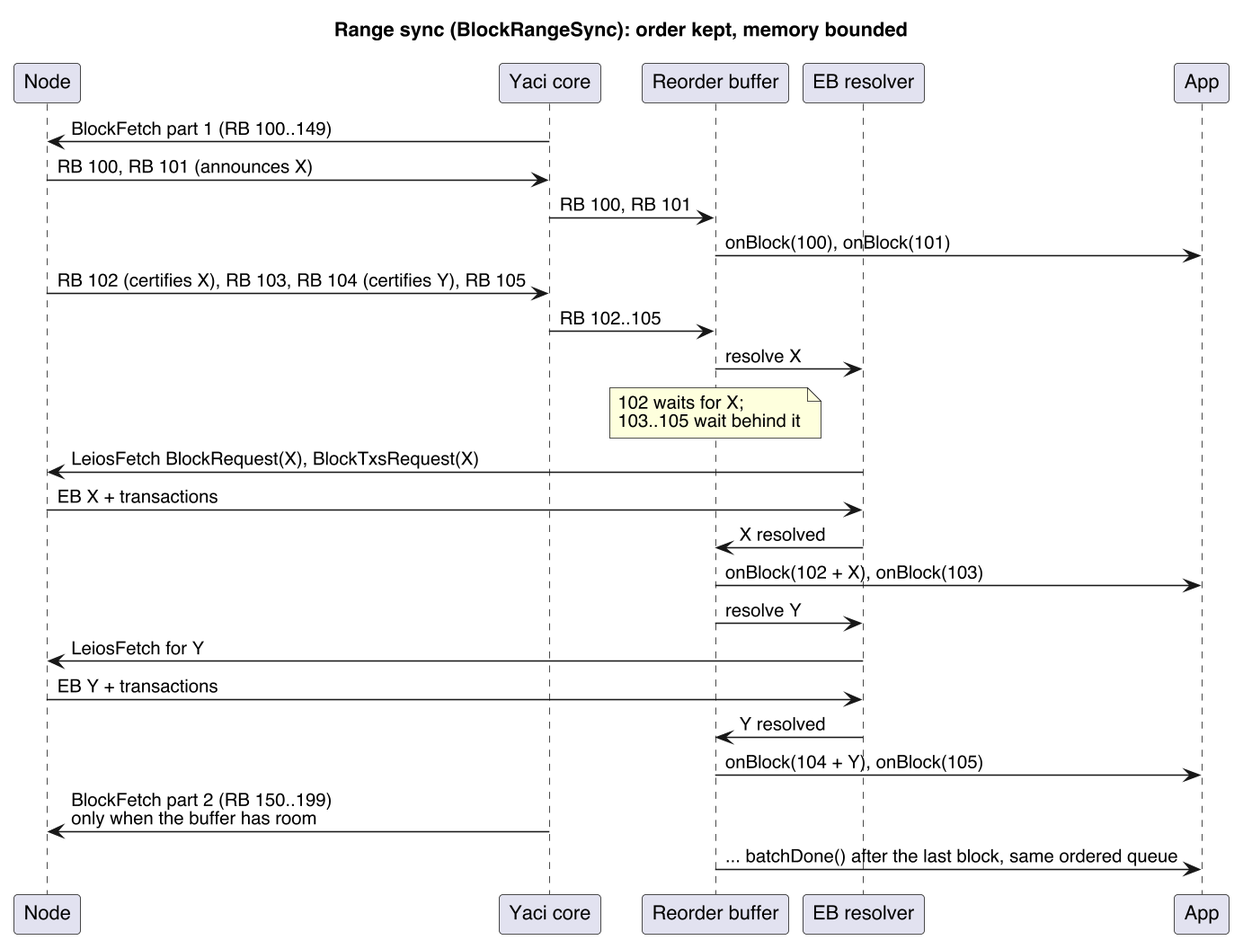
Earlier version of the PlantUML export docs/leios/diagrams/6-range-sync.png (bloxbean/yaci). Source of this version:
```plantuml
@startuml 6-range-sync
skinparamlocked dpi 150
skinparam defaultFontName Helvetica
skinparam shadowing false
skinparam sequenceMessageAlign left
title Range sync (BlockRangeSync): order kept, memory bounded
participant "Node" as N
participant "Yaci core" as C
participant "Reorder buffer" as B
participant "EB resolver" as R
participant "App" as P

C -> N : BlockFetch part 1 (RB 100..149)
N -> C : RB 100, RB 101 (announces X)
C -> B : RB 100, RB 101
B -> P : onBlock(100), onBlock(101)
N -> C : RB 102 (certifies X), RB 103, RB 104 (certifies Y), RB 105
C -> B : RB 102..105
B -> R : resolve X
note over B : 102 waits for X;\n103..105 wait behind it
R -> N : LeiosFetch BlockRequest(X), BlockTxsRequest(X)
N -> R : EB X + transactions
R -> B : X resolved
B -> P : onBlock(102 + X), onBlock(103)
B -> R : resolve Y
R -> N : LeiosFetch for Y
N -> R : EB Y + transactions
R -> B : Y resolved
B -> P : onBlock(104 + Y), onBlock(105)
C -> N : BlockFetch part 2 (RB 150..199)\nonly when the buffer has room
B -> P : ... batchDone() after the last block, same ordered queue
@enduml
```
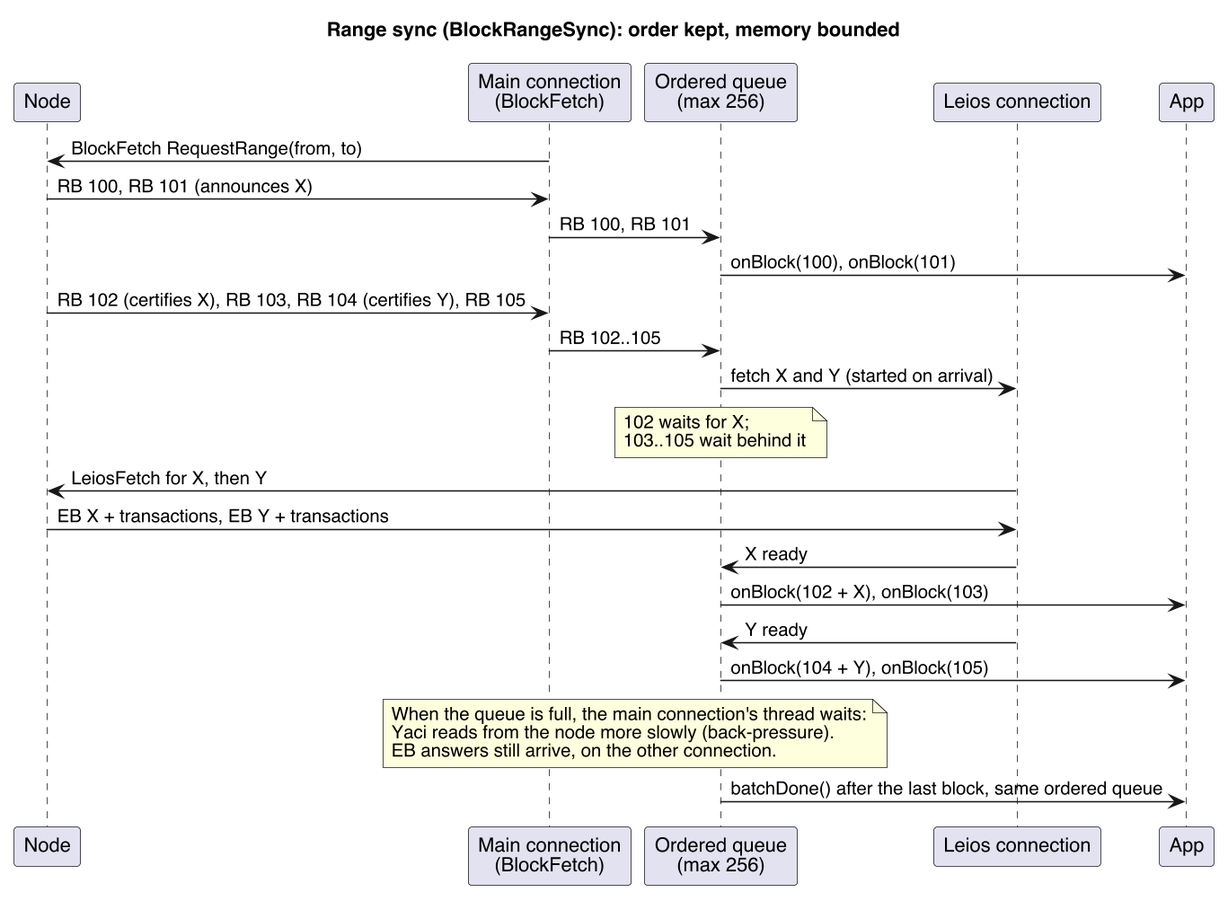
After the change.

Diff of the diagram source:
```diff
@@ -5,28 +5,29 @@
 skinparam sequenceMessageAlign left
 title Range sync (BlockRangeSync): order kept, memory bounded
 participant "Node" as N
-participant "Yaci core" as C
-participant "Reorder buffer" as B
-participant "EB resolver" as R
+participant "Main connection\n(BlockFetch)" as C
+participant "Ordered queue\n(max 256)" as B
+participant "Leios connection" as R
 participant "App" as P
 
-C -> N : BlockFetch part 1 (RB 100..149)
+C -> N : BlockFetch RequestRange(from, to)
 N -> C : RB 100, RB 101 (announces X)
 C -> B : RB 100, RB 101
 B -> P : onBlock(100), onBlock(101)
 N -> C : RB 102 (certifies X), RB 103, RB 104 (certifies Y), RB 105
 C -> B : RB 102..105
-B -> R : resolve X
+B -> R : fetch X and Y (started on arrival)
 note over B : 102 waits for X;\n103..105 wait behind it
-R -> N : LeiosFetch BlockRequest(X), BlockTxsRequest(X)
-N -> R : EB X + transactions
-R -> B : X resolved
+R -> N : LeiosFetch for X, then Y
+N -> R : EB X + transactions, EB Y + transactions
+R -> B : X ready
 B -> P : onBlock(102 + X), onBlock(103)
-B -> R : resolve Y
-R -> N : LeiosFetch for Y
-N -> R : EB Y + transactions
-R -> B : Y resolved
+R -> B : Y ready
 B -> P : onBlock(104 + Y), onBlock(105)
-C -> N : BlockFetch part 2 (RB 150..199)\nonly when the buffer has room
-B -> P : ... batchDone() after the last block, same ordered queue
+note over C, B
+  When the queue is full, the main connection's thread waits:
+  Yaci reads from the node more slowly (back-pressure).
+  EB answers still arrive, on the other connection.
+end note
+B -> P : batchDone() after the last block, same ordered queue
 @enduml
```
